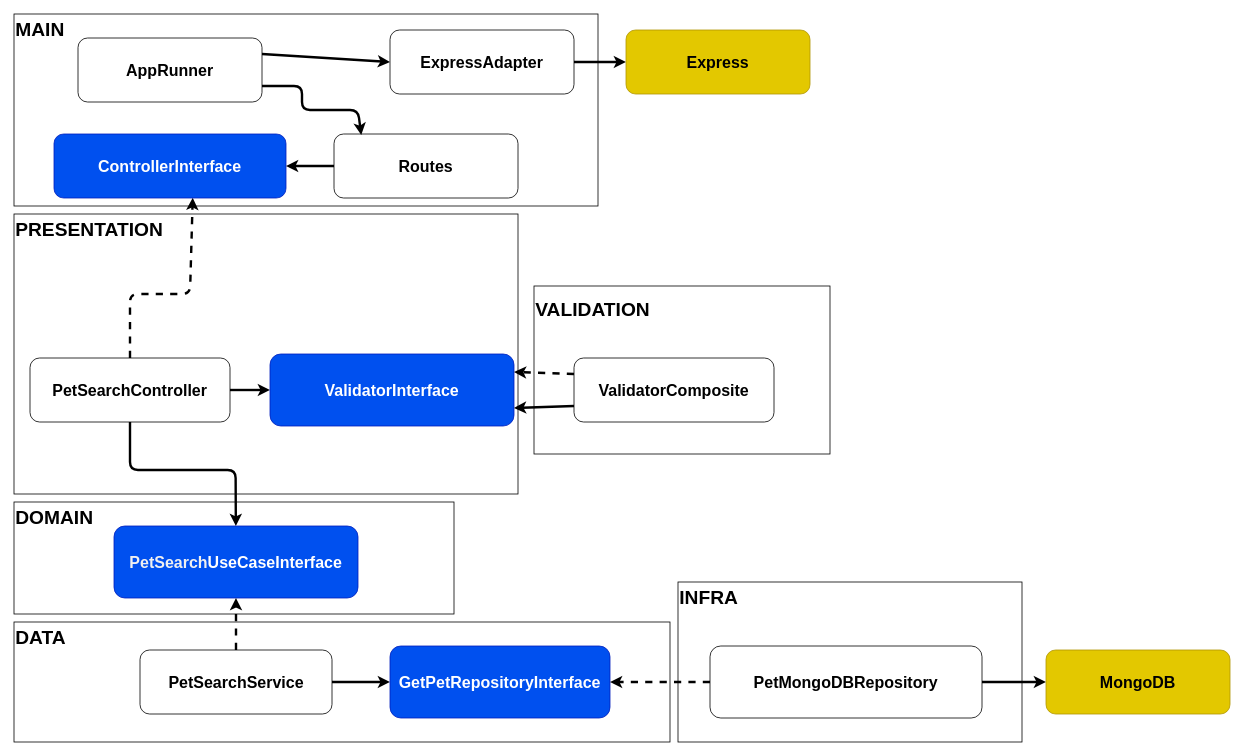
DouglasVolcato/pet-adoption-backend keeps this draw.io diagram as diagrams/drawio/search-pet.drawio. Above is the earlier version. Source tidied: cells renumbered, new cells numbered last; positions are measured from the earlier drawing's top-left corner, leaving out a move shared by most shapes. Both pictures are drawn from the tidied source at 80%, with x=0, y=0 at pixel (14, 14).
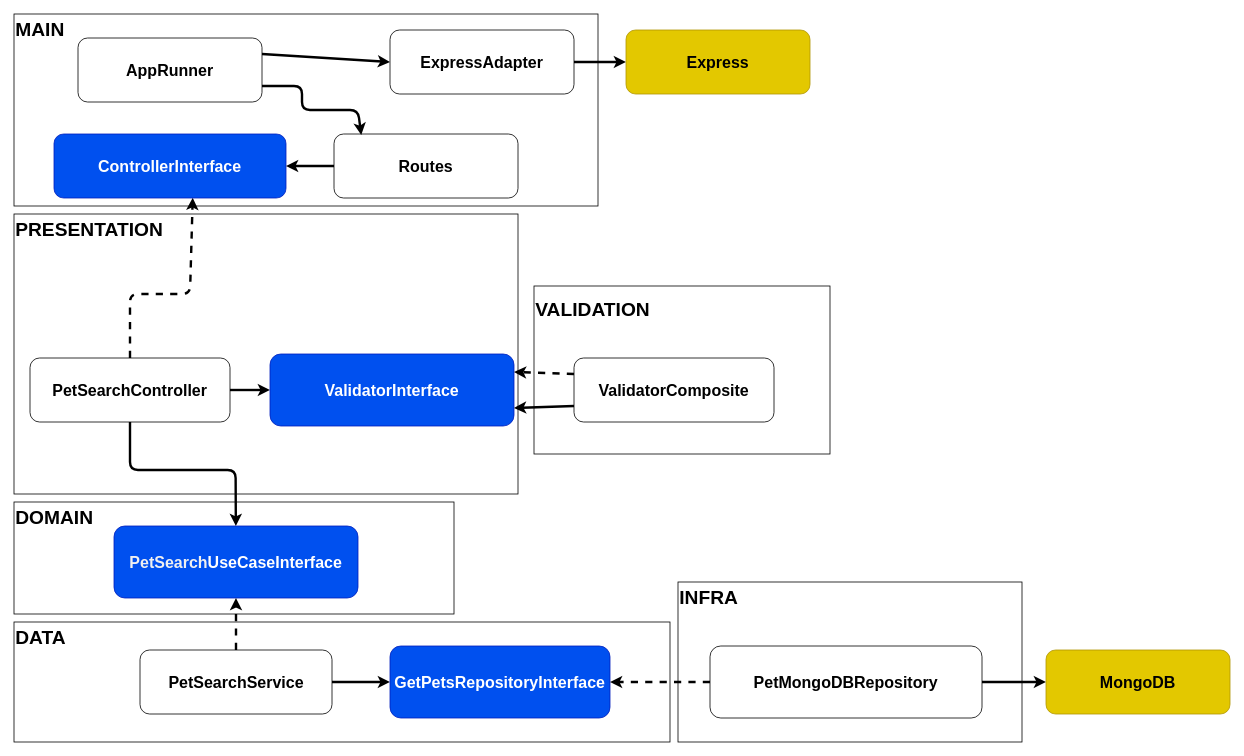
Above is the later version.

Commit message (it also covers changes not shown here):
chore: implemet diagrams

What changed in the source:
```diff
@@
-    <mxCell id="25" value="GetPetRepositoryInterface" style="rounded=1;whiteSpace=wrap;html=1;fillColor=#0050ef;fontColor=#ffffff;strokeColor=#001DBC;fontSize=20;fontStyle=1;" parent="1" vertex="1">
+    <mxCell id="25" value="GetPetsRepositoryInterface" style="rounded=1;whiteSpace=wrap;html=1;fillColor=#0050ef;fontColor=#ffffff;strokeColor=#001DBC;fontSize=20;fontStyle=1;" parent="1" vertex="1">
       <mxGeometry x="470" y="790" width="275" height="90" as="geometry" />
     </mxCell>
```
